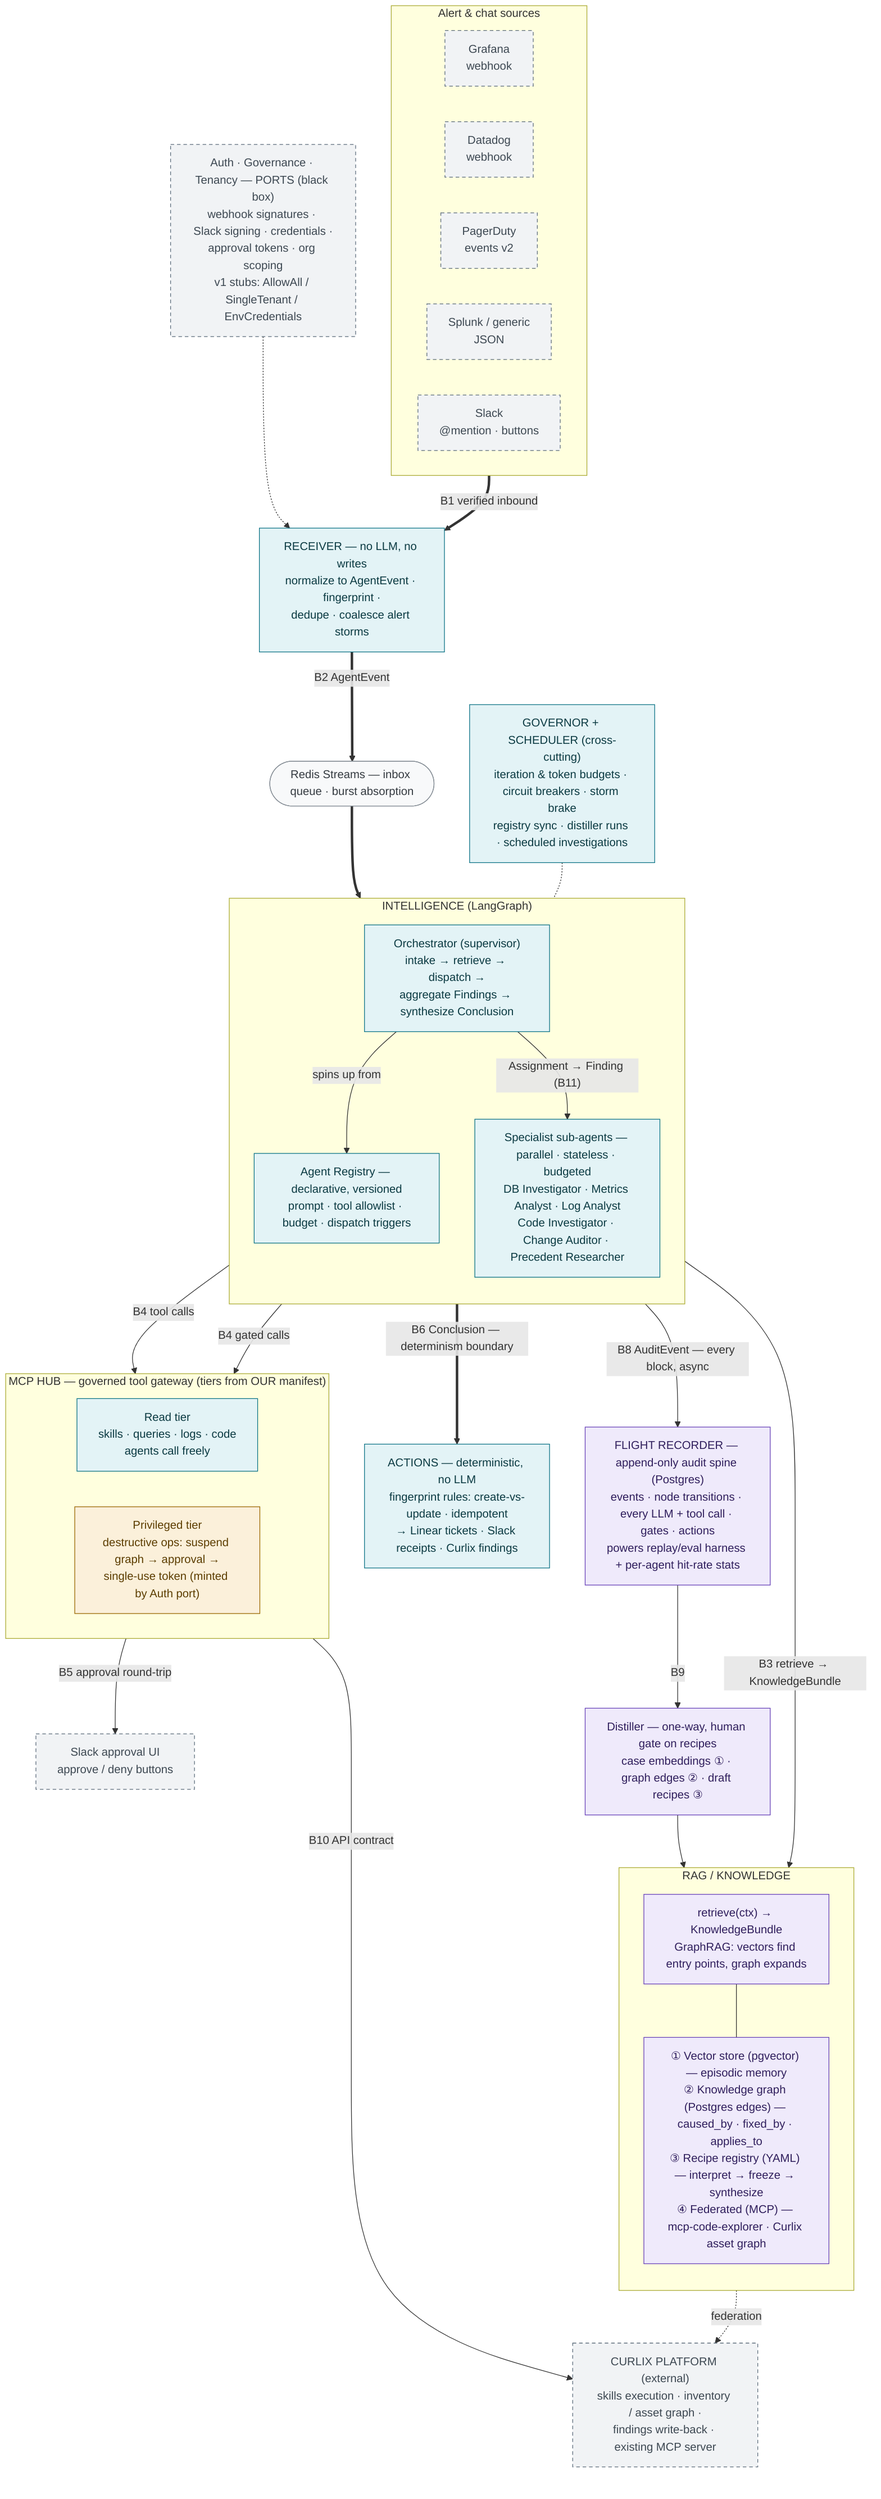
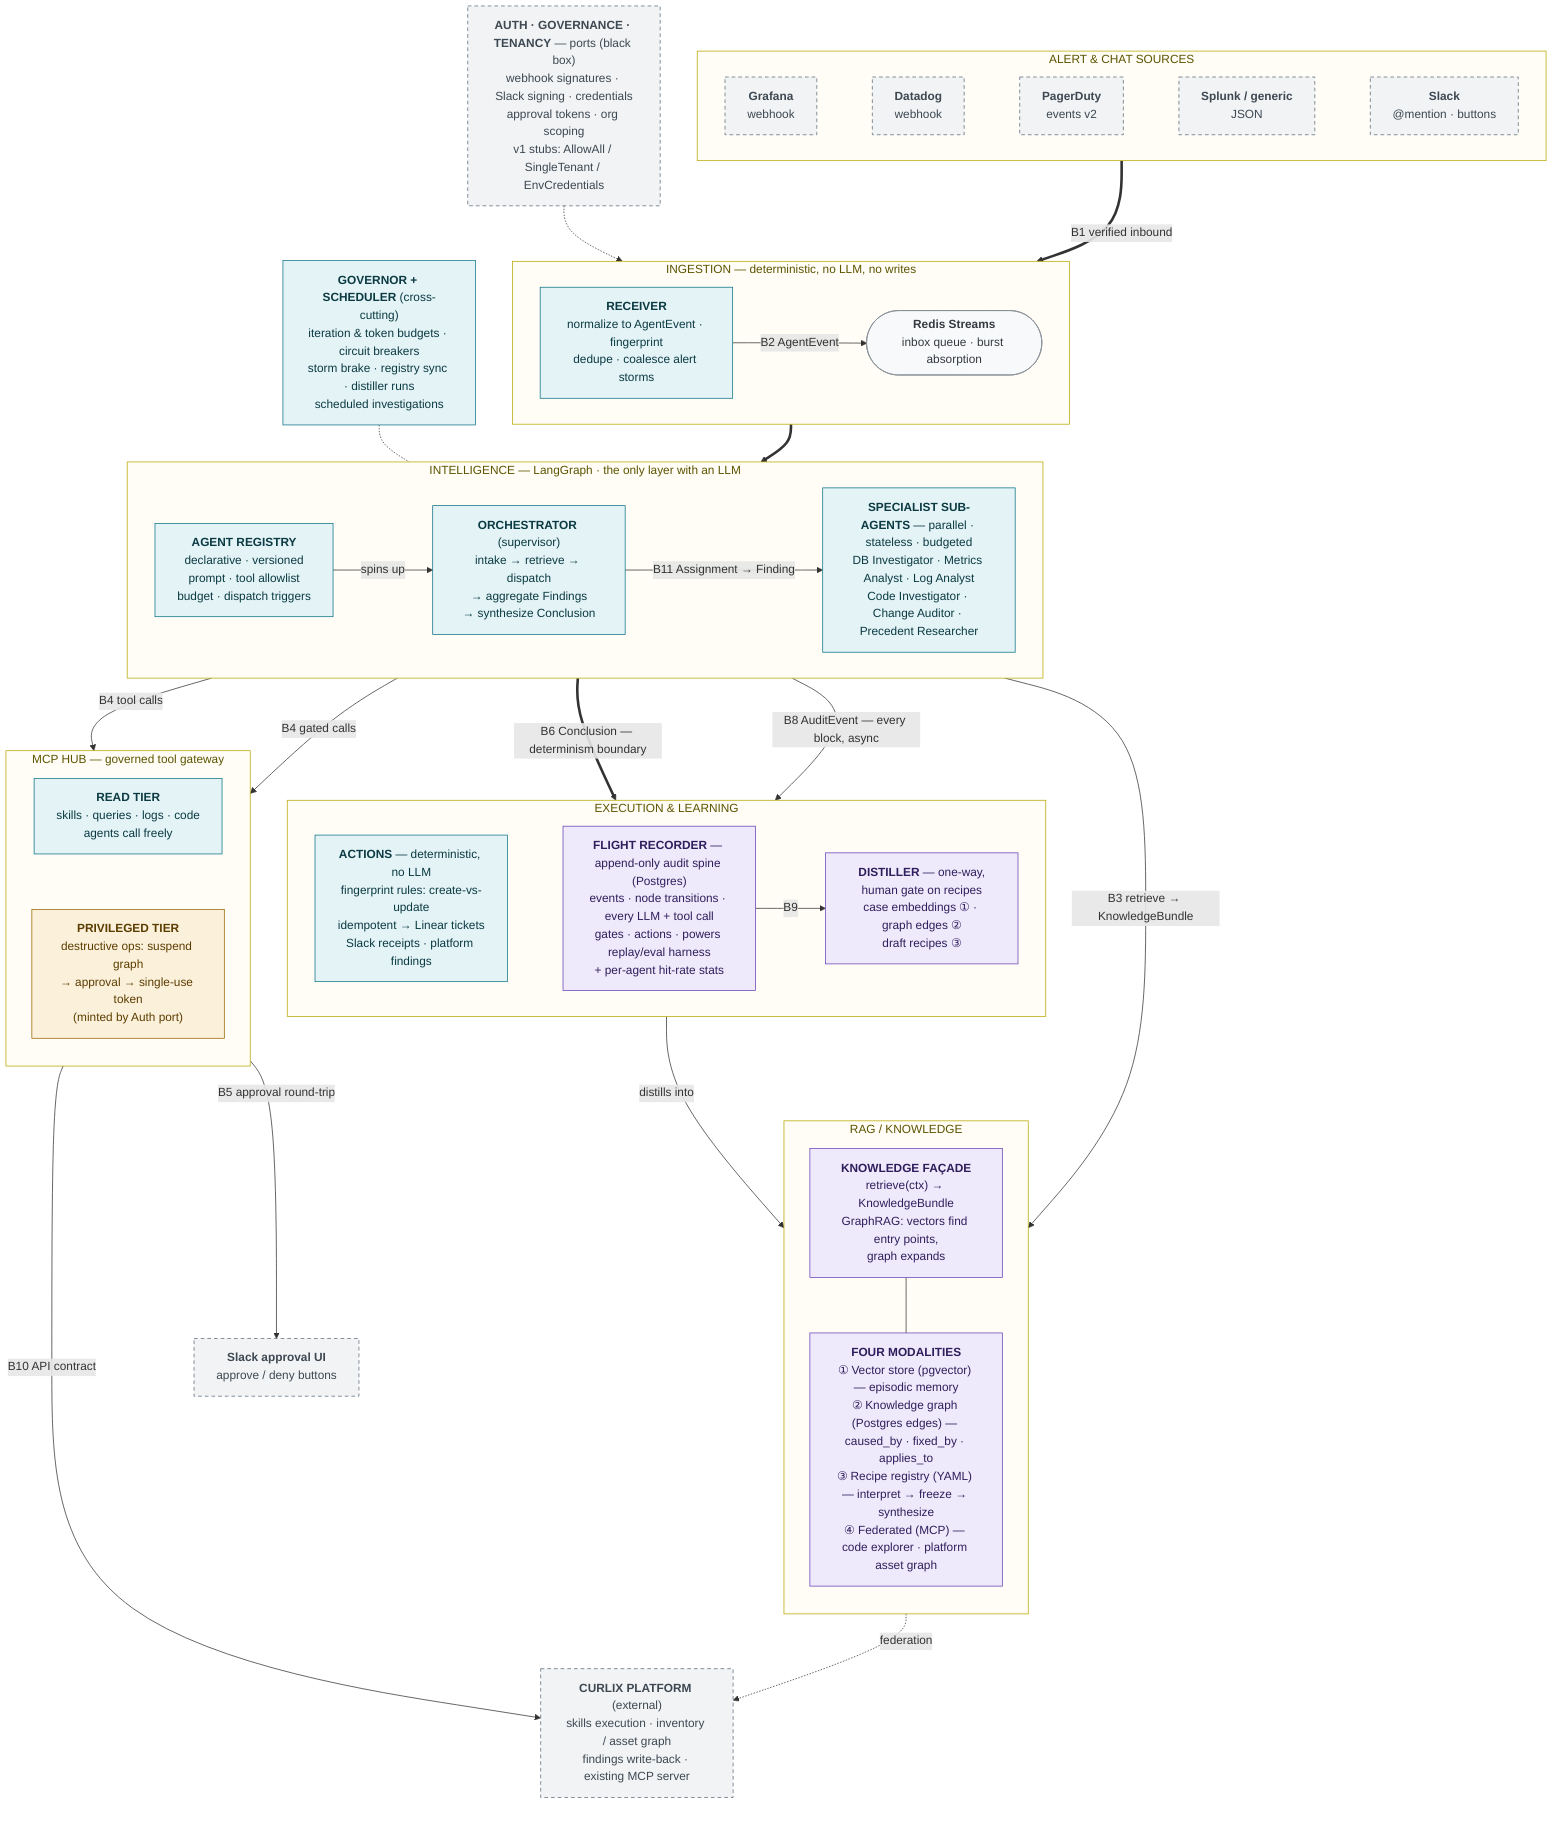
- %% Smokejumper — High-Level Architecture (v1 brainstorm, 2026-07-10)
- %% Viewpoint: container view of the agentic SRE messaging bot core.
+ %% Smokejumper — High-Level Architecture (v1, 2026-07-10)
+ %% Viewpoint: layered container view of the agentic SRE messaging bot core.
%% Audience: contributors (platform seam = B10). One question answered:
%%   "What are the blocks, the boundary contracts between them, and which parts
- %%    are core (build) vs black-box ports (stubbed, Curlix provides later)?"
+ %%    are core (build) vs black-box ports (stubbed, platform provides later)?"
%% Editing: this .mmd is the source of truth; re-render the SVG with:
%%   npx -y @mermaid-js/mermaid-cli -i smokejumper-architecture.mmd -o smokejumper-architecture.svg
%% Styling: teal = core (you build) · dashed grey = black-box port / external ·
%%          amber = approval-gated · violet = knowledge/learning loop.
%% B8 (AuditEvent): EVERY core block appends to the Flight Recorder async;
- %%   drawn once from the Intelligence spine to keep the layout readable.
+ %%   drawn once from the Intelligence layer to keep the layout readable.

flowchart TB

-   %% ── Sources ────────────────────────────────────────────────
-   subgraph SRC["Alert & chat sources"]
+   %% ═══ LAYER 1 · SOURCES ══════════════════════════════════════
+   subgraph L1["  ALERT & CHAT SOURCES  "]
    direction LR
-     GRAF["Grafana<br/>webhook"]
-     DD["Datadog<br/>webhook"]
-     PD["PagerDuty<br/>events v2"]
-     GEN["Splunk / generic<br/>JSON"]
-     SLACKIN["Slack<br/>@mention · buttons"]
+     GRAF["<b>Grafana</b><br/>webhook"]
+     DD["<b>Datadog</b><br/>webhook"]
+     PD["<b>PagerDuty</b><br/>events v2"]
+     GEN["<b>Splunk / generic</b><br/>JSON"]
+     SLACKIN["<b>Slack</b><br/>@mention · buttons"]
+     GRAF ~~~ DD ~~~ PD ~~~ GEN ~~~ SLACKIN
  end

-   PORTS["Auth · Governance · Tenancy — PORTS (black box)<br/>webhook signatures · Slack signing · credentials ·<br/>approval tokens · org scoping<br/>v1 stubs: AllowAll / SingleTenant / EnvCredentials"]
- 
-   RECV["RECEIVER — no LLM, no writes<br/>normalize to AgentEvent · fingerprint ·<br/>dedupe · coalesce alert storms"]
- 
-   QUEUE(["Redis Streams — inbox queue · burst absorption"])
- 
-   %% ── Intelligence ───────────────────────────────────────────
-   subgraph INTEL["INTELLIGENCE (LangGraph)"]
-     direction TB
-     ORCH["Orchestrator (supervisor)<br/>intake → retrieve → dispatch →<br/>aggregate Findings → synthesize Conclusion"]
-     REG["Agent Registry — declarative, versioned<br/>prompt · tool allowlist · budget · dispatch triggers"]
-     AGENTS["Specialist sub-agents — parallel · stateless · budgeted<br/>DB Investigator · Metrics Analyst · Log Analyst<br/>Code Investigator · Change Auditor · Precedent Researcher"]
-     ORCH -- "spins up from" --> REG
-     ORCH -- "Assignment → Finding (B11)" --> AGENTS
+   %% ═══ LAYER 2 · INGESTION ════════════════════════════════════
+   subgraph L2["  INGESTION — deterministic, no LLM, no writes  "]
+     direction LR
+     RECV["<b>RECEIVER</b><br/>normalize to AgentEvent · fingerprint<br/>dedupe · coalesce alert storms"]
+     QUEUE(["<b>Redis Streams</b><br/>inbox queue · burst absorption"])
+     RECV -- "B2 AgentEvent" --> QUEUE
  end

-   %% ── Knowledge ──────────────────────────────────────────────
-   subgraph KNOW["RAG / KNOWLEDGE"]
+   PORTS["<b>AUTH · GOVERNANCE · TENANCY</b> — ports (black box)<br/>webhook signatures · Slack signing · credentials<br/>approval tokens · org scoping<br/>v1 stubs: AllowAll / SingleTenant / EnvCredentials"]
+ 
+   %% ═══ LAYER 3 · INTELLIGENCE ═════════════════════════════════
+   subgraph L3["  INTELLIGENCE — LangGraph · the only layer with an LLM  "]
+     direction LR
+     REG["<b>AGENT REGISTRY</b><br/>declarative · versioned<br/>prompt · tool allowlist<br/>budget · dispatch triggers"]
+     ORCH["<b>ORCHESTRATOR</b> (supervisor)<br/>intake → retrieve → dispatch<br/>→ aggregate Findings<br/>→ synthesize Conclusion"]
+     AGENTS["<b>SPECIALIST SUB-AGENTS</b> — parallel · stateless · budgeted<br/>DB Investigator · Metrics Analyst · Log Analyst<br/>Code Investigator · Change Auditor · Precedent Researcher"]
+     REG -- "spins up" --> ORCH
+     ORCH -- "B11 Assignment → Finding" --> AGENTS
+   end
+ 
+   GOVSCHED["<b>GOVERNOR + SCHEDULER</b> (cross-cutting)<br/>iteration & token budgets · circuit breakers<br/>storm brake · registry sync · distiller runs<br/>scheduled investigations"]
+ 
+   %% ═══ LAYER 4 · KNOWLEDGE & TOOLS ════════════════════════════
+   subgraph L4K["  RAG / KNOWLEDGE  "]
    direction TB
-     FACADE["retrieve(ctx) → KnowledgeBundle<br/>GraphRAG: vectors find entry points, graph expands"]
-     MODS["① Vector store (pgvector) — episodic memory<br/>② Knowledge graph (Postgres edges) — caused_by · fixed_by · applies_to<br/>③ Recipe registry (YAML) — interpret → freeze → synthesize<br/>④ Federated (MCP) — mcp-code-explorer · Curlix asset graph"]
+     FACADE["<b>KNOWLEDGE FAÇADE</b><br/>retrieve(ctx) → KnowledgeBundle<br/>GraphRAG: vectors find entry points,<br/>graph expands"]
+     MODS["<b>FOUR MODALITIES</b><br/>① Vector store (pgvector) — episodic memory<br/>② Knowledge graph (Postgres edges) — caused_by · fixed_by · applies_to<br/>③ Recipe registry (YAML) — interpret → freeze → synthesize<br/>④ Federated (MCP) — code explorer · platform asset graph"]
    FACADE --- MODS
  end

-   %% ── Tool gateway ───────────────────────────────────────────
-   subgraph HUB["MCP HUB — governed tool gateway (tiers from OUR manifest)"]
-     direction LR
-     READT["Read tier<br/>skills · queries · logs · code<br/>agents call freely"]
-     PRIVT["Privileged tier<br/>destructive ops: suspend graph → approval →<br/>single-use token (minted by Auth port)"]
+   subgraph L4H["  MCP HUB — governed tool gateway  "]
+     direction TB
+     READT["<b>READ TIER</b><br/>skills · queries · logs · code<br/>agents call freely"]
+     PRIVT["<b>PRIVILEGED TIER</b><br/>destructive ops: suspend graph<br/>→ approval → single-use token<br/>(minted by Auth port)"]
+     READT ~~~ PRIVT
  end

-   APPROVE["Slack approval UI<br/>approve / deny buttons"]
+   APPROVE["<b>Slack approval UI</b><br/>approve / deny buttons"]

-   CURLIX["CURLIX PLATFORM (external)<br/>skills execution · inventory / asset graph ·<br/>findings write-back · existing MCP server"]
+   %% ═══ LAYER 5 · EXECUTION & LEARNING ═════════════════════════
+   subgraph L5["  EXECUTION & LEARNING  "]
+     direction LR
+     ACT["<b>ACTIONS</b> — deterministic, no LLM<br/>fingerprint rules: create-vs-update<br/>idempotent → Linear tickets<br/>Slack receipts · platform findings"]
+     FR["<b>FLIGHT RECORDER</b> — append-only audit spine (Postgres)<br/>events · node transitions · every LLM + tool call<br/>gates · actions · powers replay/eval harness<br/>+ per-agent hit-rate stats"]
+     DIST["<b>DISTILLER</b> — one-way,<br/>human gate on recipes<br/>case embeddings ① · graph edges ②<br/>draft recipes ③"]
+     ACT ~~~ FR
+     FR -- "B9" --> DIST
+   end

-   ACT["ACTIONS — deterministic, no LLM<br/>fingerprint rules: create-vs-update · idempotent<br/>→ Linear tickets · Slack receipts · Curlix findings"]
+   CURLIX["<b>CURLIX PLATFORM</b> (external)<br/>skills execution · inventory / asset graph<br/>findings write-back · existing MCP server"]

-   GOVSCHED["GOVERNOR + SCHEDULER (cross-cutting)<br/>iteration & token budgets · circuit breakers · storm brake<br/>registry sync · distiller runs · scheduled investigations"]
- 
-   FR["FLIGHT RECORDER — append-only audit spine (Postgres)<br/>events · node transitions · every LLM + tool call · gates · actions<br/>powers replay/eval harness + per-agent hit-rate stats"]
- 
-   DIST["Distiller — one-way, human gate on recipes<br/>case embeddings ① · graph edges ② · draft recipes ③"]
- 
-   %% ── Primary path ───────────────────────────────────────────
-   SRC == "B1 verified inbound" ==> RECV
-   RECV == "B2 AgentEvent" ==> QUEUE
+   %% ═══ Primary path (bold) ════════════════════════════════════
+   L1 == "B1 verified inbound" ==> RECV
  QUEUE ==> ORCH
  ORCH == "B6 Conclusion — determinism boundary" ==> ACT

-   %% ── Secondary paths ────────────────────────────────────────
+   %% ═══ Secondary paths ════════════════════════════════════════
  PORTS -.-> RECV
  ORCH -- "B3 retrieve → KnowledgeBundle" --> FACADE
  AGENTS -- "B4 tool calls" --> READT
  AGENTS -- "B4 gated calls" --> PRIVT
  PRIVT -- "B5 approval round-trip" --> APPROVE
  READT -- "B10 API contract" --> CURLIX
  MODS -. "federation" .-> CURLIX
-   INTEL -- "B8 AuditEvent — every block, async" --> FR
-   FR -- "B9" --> DIST
-   DIST --> MODS
-   GOVSCHED -.- INTEL
+   L3 -- "B8 AuditEvent — every block, async" --> FR
+   DIST -- "distills into" --> MODS
+   GOVSCHED -.- L3

-   %% ── Styling ────────────────────────────────────────────────
+   %% ═══ Styling ════════════════════════════════════════════════
  classDef core fill:#e3f3f6,stroke:#0b7285,color:#0b3a42;
  classDef port fill:#f1f3f5,stroke:#5b6b7a,stroke-dasharray:5 4,color:#3d4852;
  classDef gate fill:#fbf0da,stroke:#9a6700,color:#5c3d00;
  classDef learn fill:#efeafb,stroke:#6741b8,color:#2f1e5c;
  classDef queue fill:#f8f9fa,stroke:#868e96,color:#343a40;
+   classDef layer fill:#fffdf5,stroke:#b8a800,color:#5c5400;

  class RECV,ORCH,REG,AGENTS,READT,ACT,GOVSCHED core;
  class PORTS,CURLIX,GRAF,DD,PD,GEN,SLACKIN,APPROVE port;
  class PRIVT gate;
  class FACADE,MODS,FR,DIST learn;
  class QUEUE queue;
+   class L1,L2,L3,L4K,L4H,L5 layer;
